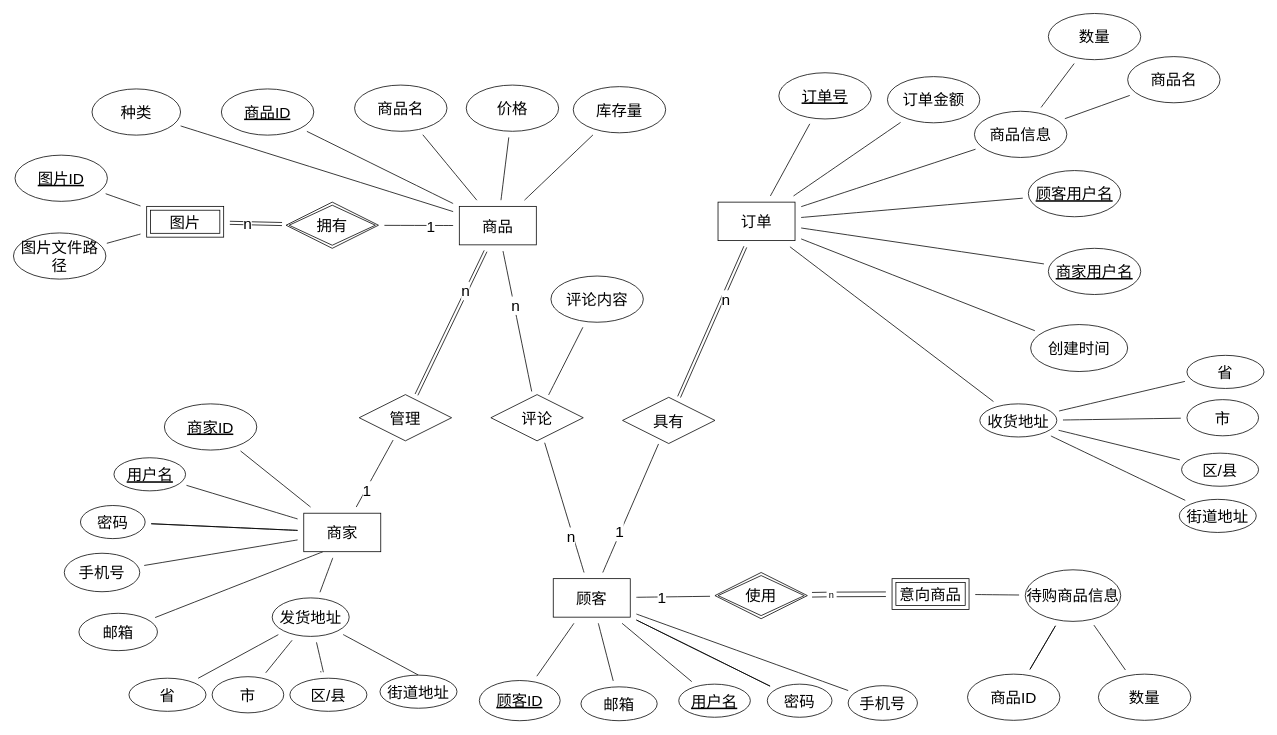
Earlier version of the draw.io diagram database-ER.drawio (guokaichina/database-ER). Source tidied: cells renumbered, new cells numbered last; positions are measured from the earlier drawing's top-left corner, leaving out a move shared by most shapes. Both pictures are drawn from the tidied source at 77%, with x=0, y=0 at pixel (13, 13).
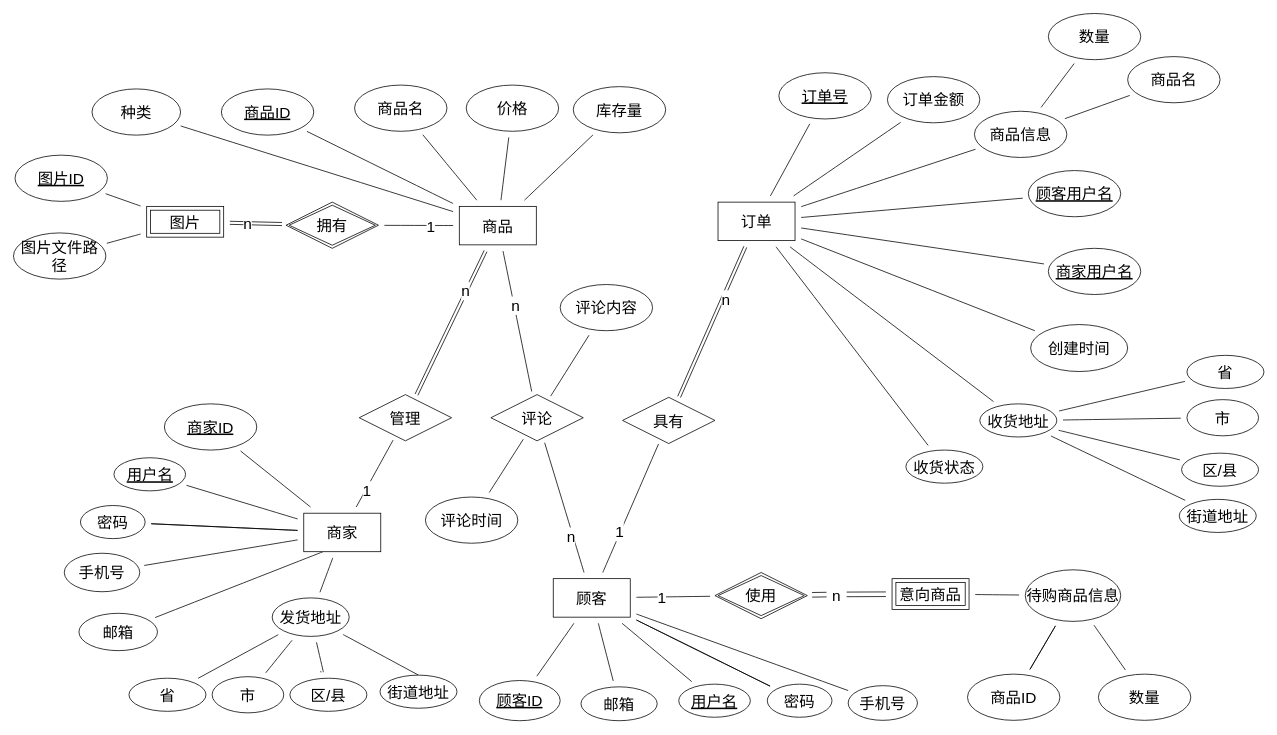
The same page after the edit.

The change refers to these unchanged cells:
```xml
<mxCell id="59" value="订单" style="rounded=0;whiteSpace=wrap;html=1;fontSize=20;fillColor=#FFFFFF;" parent="1" vertex="1">
  <mxGeometry x="915" y="245" width="100" height="50" as="geometry" />
</mxCell>
<mxCell id="109" value="评论" style="shape=rhombus;perimeter=rhombusPerimeter;whiteSpace=wrap;html=1;align=center;fontSize=20;fillColor=#FFFFFF;" parent="1" vertex="1">
  <mxGeometry x="620" y="495" width="120" height="60" as="geometry" />
</mxCell>
```

What changed in the source:
```diff
@@
     <mxCell id="113" value="评论内容" style="ellipse;whiteSpace=wrap;html=1;fontSize=20;" parent="1" vertex="1">
-      <mxGeometry x="698" y="341" width="120" height="60" as="geometry" />
+      <mxGeometry x="710" y="352" width="120" height="60" as="geometry" />
     </mxCell>
-    <mxCell id="114" value="n" style="text;strokeColor=none;fillColor=none;html=1;align=center;verticalAlign=middle;whiteSpace=wrap;rounded=0;" parent="1" vertex="1">
-      <mxGeometry x="1056" y="739" width="13" height="31" as="geometry" />
+    <mxCell id="114" value="&lt;font style=&quot;font-size: 20px;&quot;&gt;n&lt;/font&gt;" style="text;strokeColor=none;fillColor=none;html=1;align=center;verticalAlign=middle;whiteSpace=wrap;rounded=0;" parent="1" vertex="1">
+      <mxGeometry x="1056" y="739" width="26" height="31" as="geometry" />
     </mxCell>
@@
+    <mxCell id="116" value="评论时间" style="ellipse;whiteSpace=wrap;html=1;fontSize=20;" parent="1" vertex="1">
+      <mxGeometry x="535" y="628" width="120" height="60" as="geometry" />
+    </mxCell>
+    <mxCell id="117" style="edgeStyle=none;curved=1;rounded=0;jettySize=auto;html=1;fontSize=20;endArrow=none;endFill=0;startSize=14;endSize=14;sourcePerimeterSpacing=8;targetPerimeterSpacing=8;" parent="1" edge="1" source="116" target="109">
+      <mxGeometry relative="1" as="geometry" />
+    </mxCell>
+    <mxCell id="118" value="收货状态" style="ellipse;whiteSpace=wrap;html=1;fontSize=20;" parent="1" vertex="1">
+      <mxGeometry x="1159" y="567" width="100" height="43" as="geometry" />
+    </mxCell>
+    <mxCell id="119" style="edgeStyle=none;jettySize=auto;html=1;rounded=0;fontSize=20;endArrow=none;endFill=0;startSize=14;endSize=14;sourcePerimeterSpacing=8;targetPerimeterSpacing=8;curved=1;" parent="1" edge="1" source="59" target="118">
+      <mxGeometry relative="1" as="geometry" />
+    </mxCell>
```
